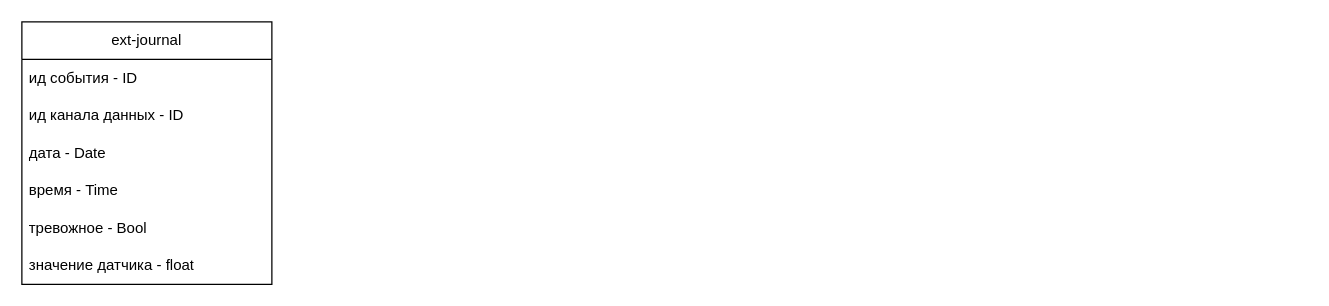
This is docs/common/ER.drawio from Think-Faster/Think-Faster, a draw.io file, before an edit. Source tidied: cells renumbered, new cells numbered last; positions are measured from the earlier drawing's top-left corner, leaving out a move shared by most shapes. Both pictures are drawn from the tidied source at 125%, with x=0, y=0 at pixel (21, 21).
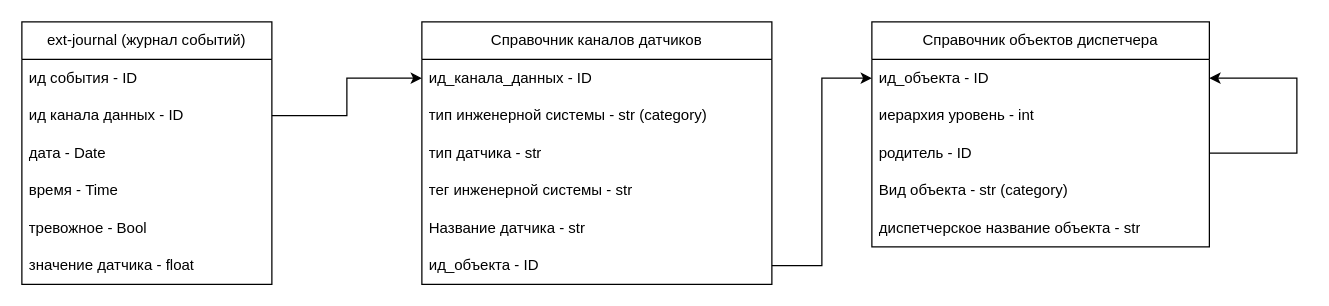
After the change.

Commit message (it also covers changes not shown here):
Доделал схему, обновил картинки с примерами

Unchanged cells that the change refers to:
```xml
<mxCell id="4" value="ид канала данных - ID" style="text;strokeColor=none;fillColor=none;align=left;verticalAlign=middle;spacingLeft=4;spacingRight=4;overflow=hidden;points=[[0,0.5],[1,0.5]];portConstraint=eastwest;whiteSpace=wrap;html=1;" parent="2" vertex="1">
  <mxGeometry y="60" width="200" height="30" as="geometry" />
</mxCell>
```

What changed in the source:
```diff
@@
-    <mxCell id="2" value="ext-journal" style="swimlane;fontStyle=0;horizontal=1;startSize=30;whiteSpace=wrap;html=1;" parent="1" vertex="1">
+    <mxCell id="2" value="ext-journal (журнал событий)" style="swimlane;fontStyle=0;horizontal=1;startSize=30;whiteSpace=wrap;html=1;" parent="1" vertex="1">
       <mxGeometry width="200" height="210" as="geometry" />
     </mxCell>
@@
+    <mxCell id="9" value="Справочник объектов диспетчера" style="swimlane;fontStyle=0;horizontal=1;startSize=30;whiteSpace=wrap;html=1;" parent="1" vertex="1">
+      <mxGeometry x="680" width="270" height="180" as="geometry" />
+    </mxCell>
+    <mxCell id="10" value="ид_объекта - ID" style="text;strokeColor=none;fillColor=none;align=left;verticalAlign=middle;spacingLeft=4;spacingRight=4;overflow=hidden;points=[[0,0.5],[1,0.5]];portConstraint=eastwest;whiteSpace=wrap;html=1;" parent="9" vertex="1">
+      <mxGeometry y="30" width="270" height="30" as="geometry" />
+    </mxCell>
+    <mxCell id="11" value="иерархия уровень - int" style="text;strokeColor=none;fillColor=none;align=left;verticalAlign=middle;spacingLeft=4;spacingRight=4;overflow=hidden;whiteSpace=wrap;html=1;" parent="9" vertex="1">
+      <mxGeometry y="60" width="270" height="30" as="geometry" />
+    </mxCell>
+    <mxCell id="12" style="edgeStyle=orthogonalEdgeStyle;rounded=0;jettySize=auto;html=1;entryX=1;entryY=0.5;entryDx=0;entryDy=0;exitX=1;exitY=0.5;exitDx=0;exitDy=0;" parent="9" edge="1" source="13" target="10">
+      <mxGeometry relative="1" as="geometry">
+        <Array as="points">
+          <mxPoint x="340" y="105" />
+          <mxPoint x="340" y="45" />
+        </Array>
+      </mxGeometry>
+    </mxCell>
+    <mxCell id="13" value="родитель - ID" style="text;strokeColor=none;fillColor=none;align=left;verticalAlign=middle;spacingLeft=4;spacingRight=4;overflow=hidden;points=[[0,0.5],[1,0.5]];portConstraint=eastwest;whiteSpace=wrap;html=1;" parent="9" vertex="1">
+      <mxGeometry y="90" width="270" height="30" as="geometry" />
+    </mxCell>
+    <mxCell id="14" value="Вид объекта - str (category)" style="text;strokeColor=none;fillColor=none;align=left;verticalAlign=middle;spacingLeft=4;spacingRight=4;overflow=hidden;whiteSpace=wrap;html=1;" parent="9" vertex="1">
+      <mxGeometry y="120" width="270" height="30" as="geometry" />
+    </mxCell>
+    <mxCell id="15" value="диспетчерское название объекта - str" style="text;strokeColor=none;fillColor=none;align=left;verticalAlign=middle;spacingLeft=4;spacingRight=4;overflow=hidden;whiteSpace=wrap;html=1;" parent="9" vertex="1">
+      <mxGeometry y="150" width="270" height="30" as="geometry" />
+    </mxCell>
+    <mxCell id="16" value="Справочник каналов датчиков" style="swimlane;fontStyle=0;horizontal=1;startSize=30;whiteSpace=wrap;html=1;" parent="1" vertex="1">
+      <mxGeometry x="320" width="280" height="210" as="geometry" />
+    </mxCell>
+    <mxCell id="17" value="ид_канала_данных - ID" style="text;strokeColor=none;fillColor=none;align=left;verticalAlign=middle;spacingLeft=4;spacingRight=4;overflow=hidden;points=[[0,0.5],[1,0.5]];portConstraint=eastwest;whiteSpace=wrap;html=1;" parent="16" vertex="1">
+      <mxGeometry y="30" width="280" height="30" as="geometry" />
+    </mxCell>
+    <mxCell id="18" value="тип инженерной системы - str (category)" style="text;strokeColor=none;fillColor=none;align=left;verticalAlign=middle;spacingLeft=4;spacingRight=4;overflow=hidden;whiteSpace=wrap;html=1;" parent="16" vertex="1">
+      <mxGeometry y="60" width="280" height="30" as="geometry" />
+    </mxCell>
+    <mxCell id="19" value="тип датчика - str" style="text;strokeColor=none;fillColor=none;align=left;verticalAlign=middle;spacingLeft=4;spacingRight=4;overflow=hidden;whiteSpace=wrap;html=1;" parent="16" vertex="1">
+      <mxGeometry y="90" width="280" height="30" as="geometry" />
+    </mxCell>
+    <mxCell id="20" value="тег инженерной системы - str" style="text;strokeColor=none;fillColor=none;align=left;verticalAlign=middle;spacingLeft=4;spacingRight=4;overflow=hidden;whiteSpace=wrap;html=1;" parent="16" vertex="1">
+      <mxGeometry y="120" width="280" height="30" as="geometry" />
+    </mxCell>
+    <mxCell id="21" value="Название датчика - str" style="text;strokeColor=none;fillColor=none;align=left;verticalAlign=middle;spacingLeft=4;spacingRight=4;overflow=hidden;whiteSpace=wrap;html=1;" parent="16" vertex="1">
+      <mxGeometry y="150" width="280" height="30" as="geometry" />
+    </mxCell>
+    <mxCell id="22" value="ид_объекта - ID" style="text;strokeColor=none;fillColor=none;align=left;verticalAlign=middle;spacingLeft=4;spacingRight=4;overflow=hidden;points=[[0,0.5],[1,0.5]];portConstraint=eastwest;whiteSpace=wrap;html=1;" parent="16" vertex="1">
+      <mxGeometry y="180" width="280" height="30" as="geometry" />
+    </mxCell>
+    <mxCell id="23" style="edgeStyle=orthogonalEdgeStyle;rounded=0;jettySize=auto;html=1;entryX=0;entryY=0.5;entryDx=0;entryDy=0;" parent="1" edge="1" source="4" target="17">
+      <mxGeometry relative="1" as="geometry" />
+    </mxCell>
+    <mxCell id="24" style="edgeStyle=orthogonalEdgeStyle;rounded=0;jettySize=auto;html=1;entryX=0;entryY=0.25;entryDx=0;entryDy=0;" parent="1" edge="1" source="22" target="9">
+      <mxGeometry relative="1" as="geometry" />
+    </mxCell>
```
